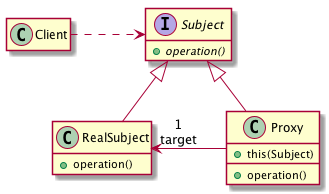
This is structure/proxy/uml/proxy_cd.png from ace-lectures/pattern-repository, a PlantUML export, as it was before one commit.
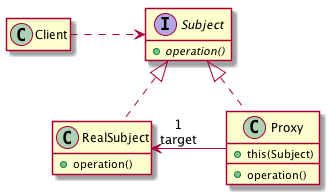
The same diagram one commit later.

Diff of the diagram source:
```diff
@@ -16,14 +16,14 @@
   + operation()
 }
 
-Subject <|-- RealSubject
+Subject <|.. RealSubject
 
 class Proxy {
   + this(Subject)
   __
   + operation()
 }
-Subject <|-- Proxy
+Subject <|.. Proxy
 
 RealSubject "1\ntarget" <- Proxy
 
```
